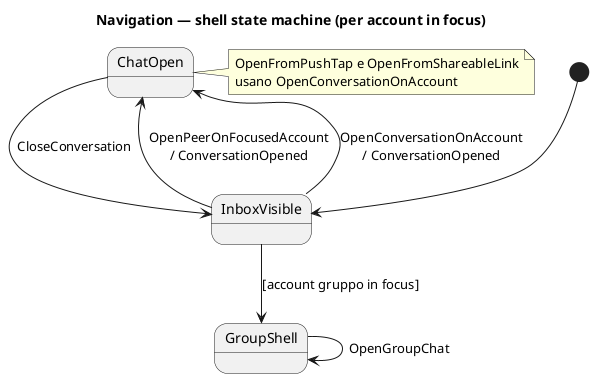
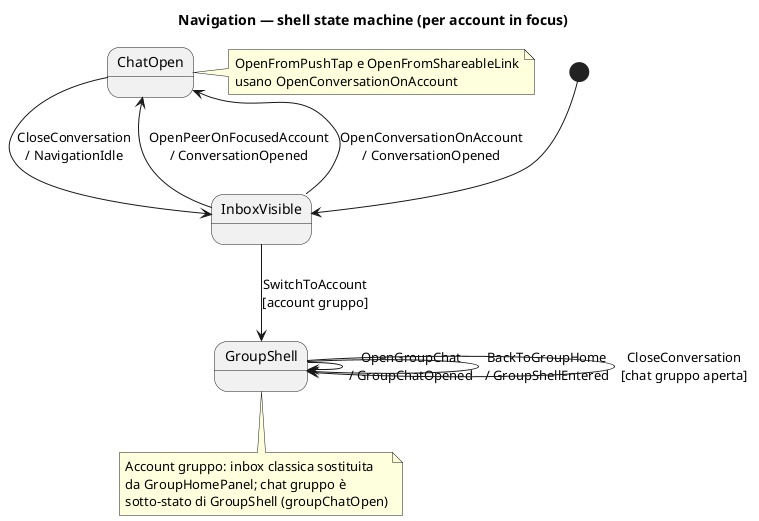
@startuml navigation-shell-state
' Context: navigation
' SDD: PROM-MULTI-ACCOUNT, PROM-SHAREABLE-LINK
' Revision: 2026-07-18

title Navigation — shell state machine (per account in focus)

state InboxVisible
state ChatOpen
state GroupShell

[*] --> InboxVisible

InboxVisible --> ChatOpen : OpenPeerOnFocusedAccount\n/ ConversationOpened
InboxVisible --> ChatOpen : OpenConversationOnAccount\n/ ConversationOpened
- InboxVisible --> GroupShell : [account gruppo in focus]
+ InboxVisible --> GroupShell : SwitchToAccount\n[account gruppo]

- ChatOpen --> InboxVisible : CloseConversation
- GroupShell --> GroupShell : OpenGroupChat
+ ChatOpen --> InboxVisible : CloseConversation\n/ NavigationIdle
+ 
+ GroupShell --> GroupShell : OpenGroupChat\n/ GroupChatOpened
+ GroupShell --> GroupShell : BackToGroupHome\n/ GroupShellEntered
+ GroupShell --> GroupShell : CloseConversation\n[chat gruppo aperta]

note right of ChatOpen
  OpenFromPushTap e OpenFromShareableLink
  usano OpenConversationOnAccount
end note

+ note bottom of GroupShell
+   Account gruppo: inbox classica sostituita
+   da GroupHomePanel; chat gruppo è
+   sotto-stato di GroupShell (groupChatOpen)
+ end note
+ 
@enduml
